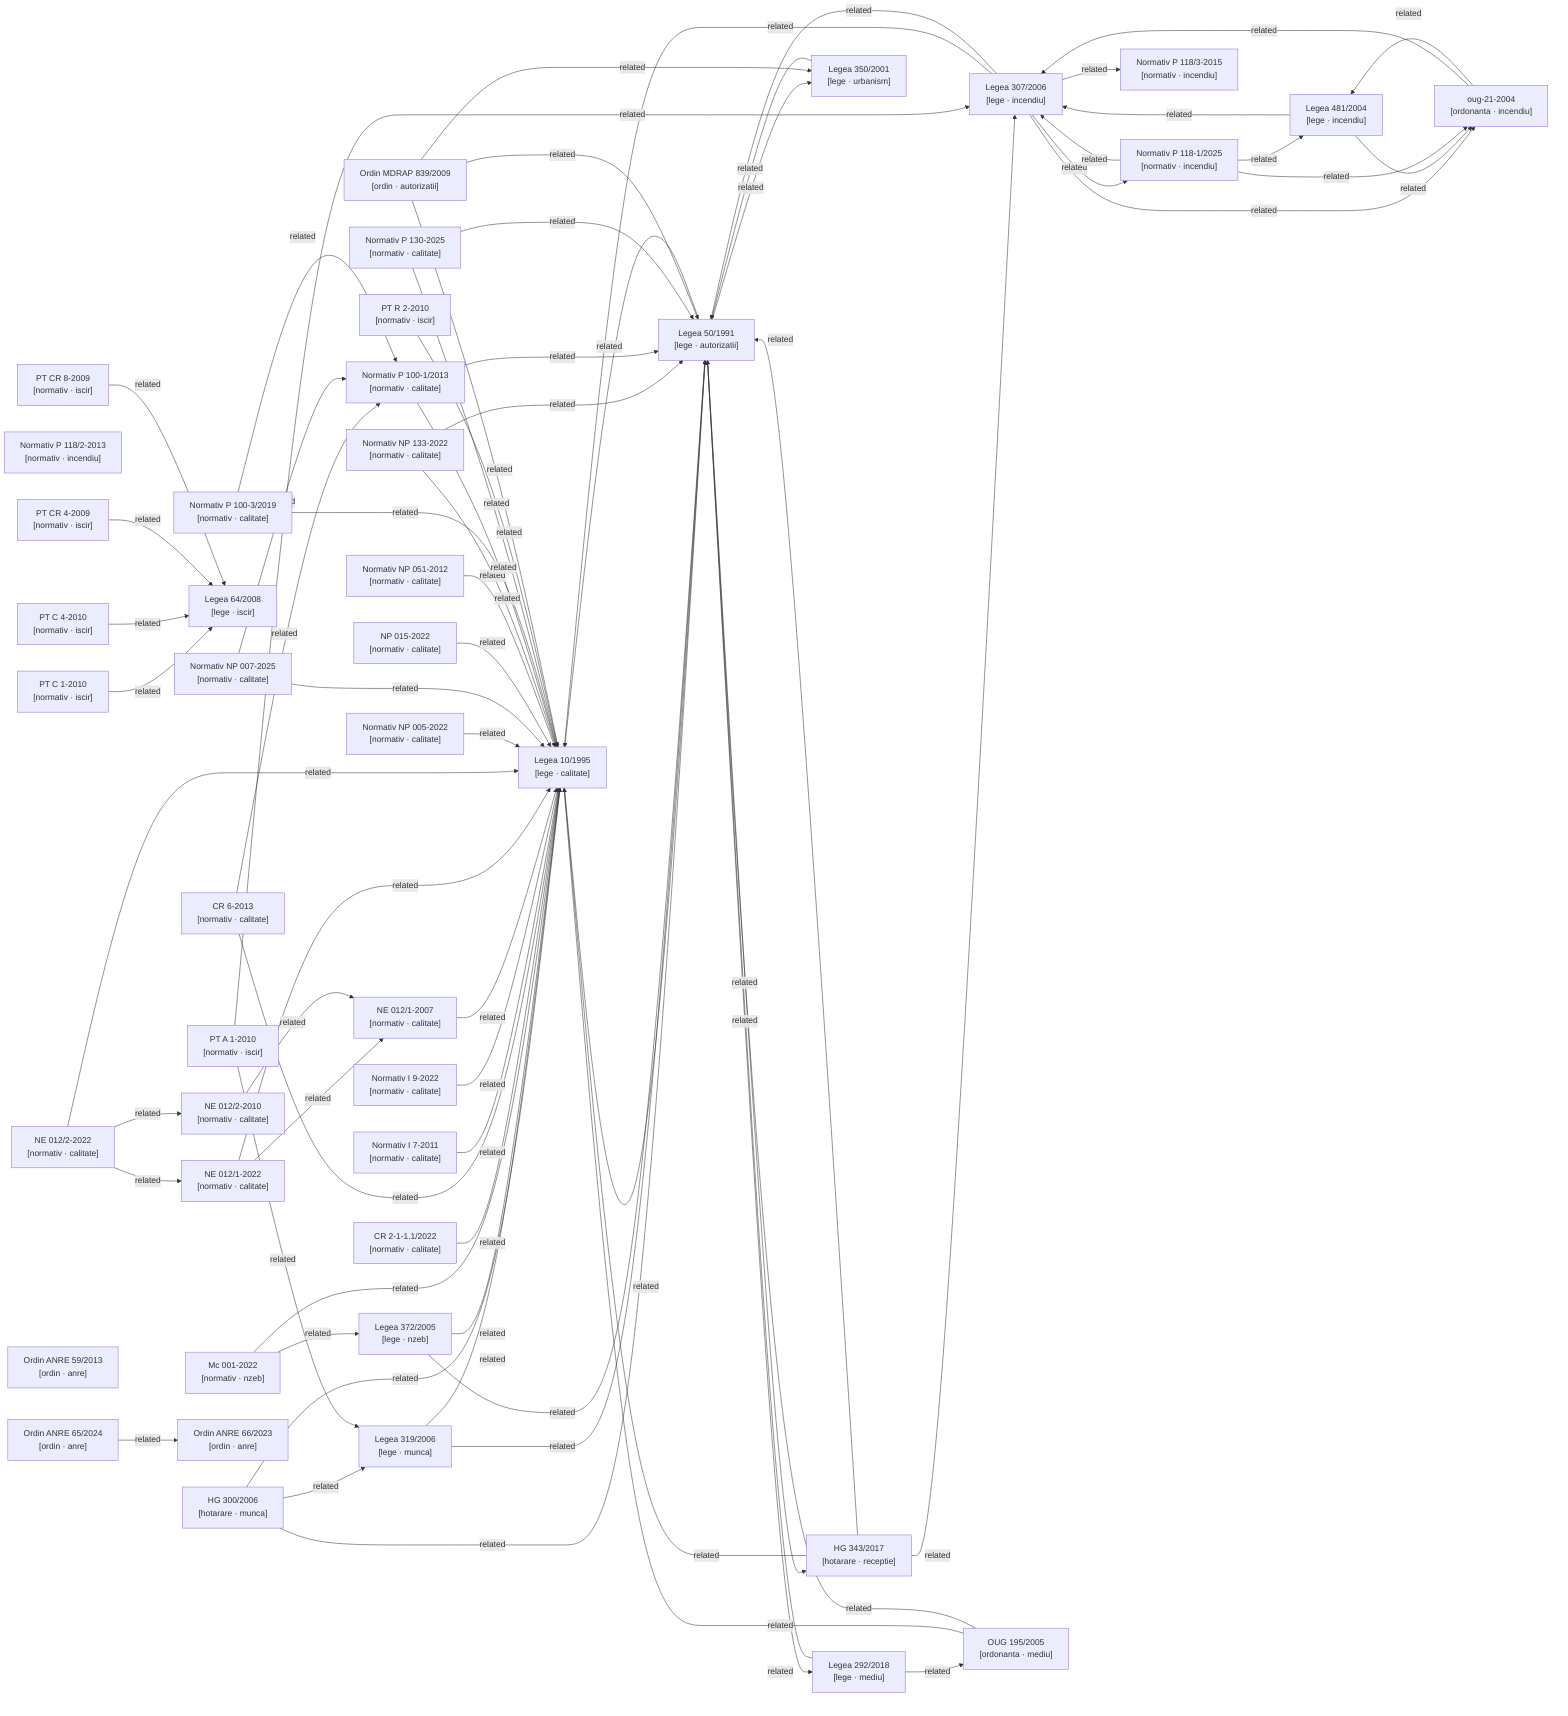
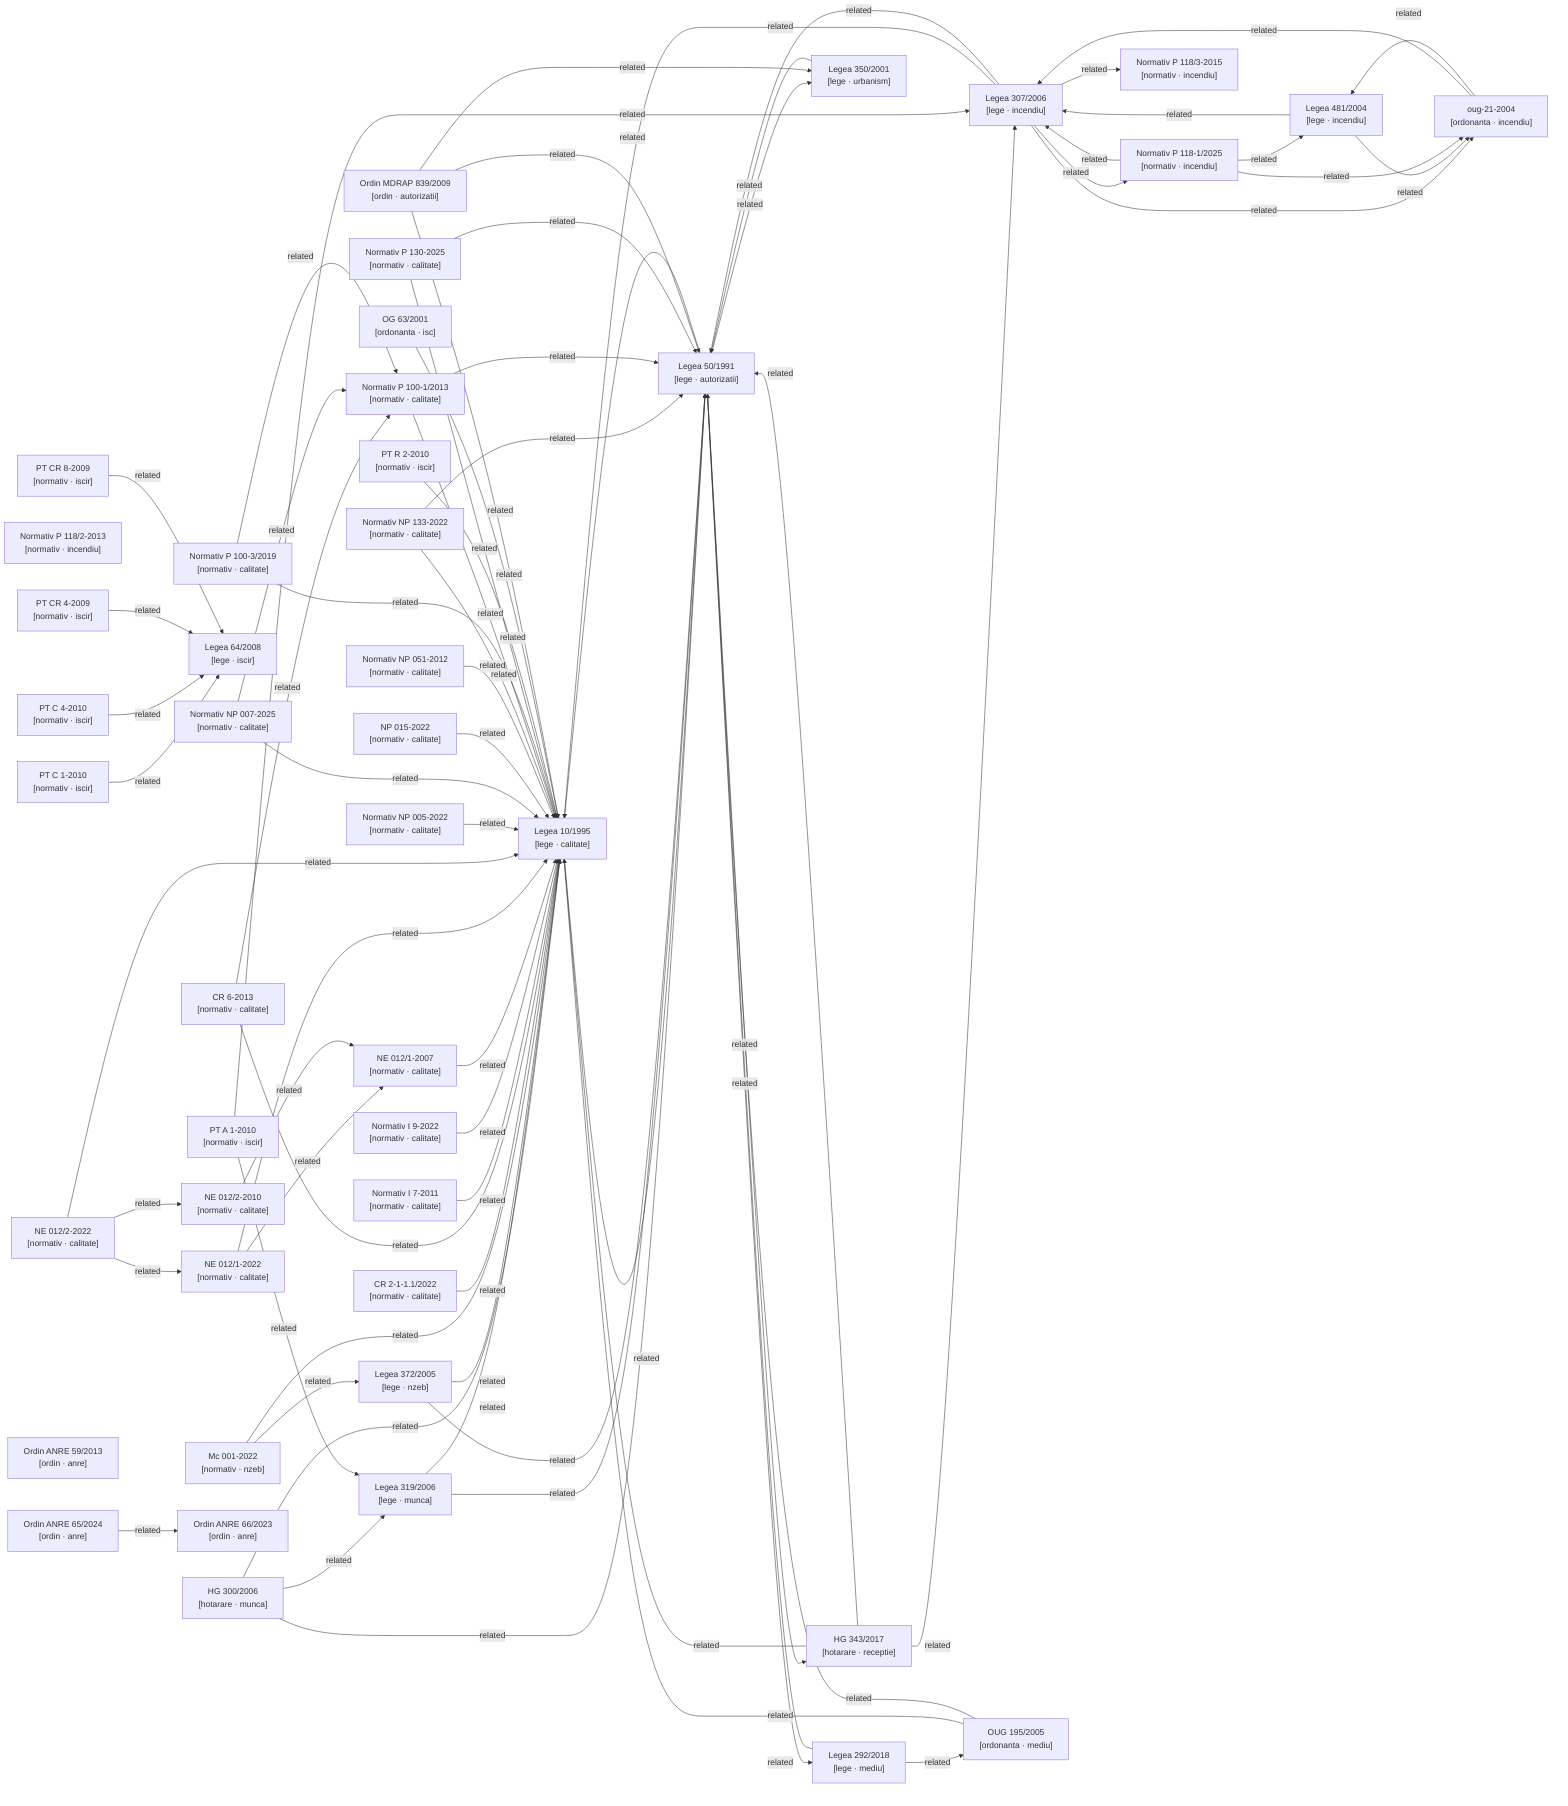
graph LR

  %% Nodes
  hg-300-2006["HG 300/2006\n[hotarare · munca]"]
  hg-343-2017["HG 343/2017\n[hotarare · receptie]"]
  lege-10-1995["Legea 10/1995\n[lege · calitate]"]
  lege-292-2018["Legea 292/2018\n[lege · mediu]"]
  lege-307-2006["Legea 307/2006\n[lege · incendiu]"]
  lege-319-2006["Legea 319/2006\n[lege · munca]"]
  lege-350-2001["Legea 350/2001\n[lege · urbanism]"]
  lege-372-2005["Legea 372/2005\n[lege · nzeb]"]
  lege-481-2004["Legea 481/2004\n[lege · incendiu]"]
  lege-50-1991["Legea 50/1991\n[lege · autorizatii]"]
  lege-64-2008["Legea 64/2008\n[lege · iscir]"]
  metodologie-mc001-2022["Mc 001-2022\n[normativ · nzeb]"]
  normativ-cr2-1-1-1-2022["CR 2-1-1.1/2022\n[normativ · calitate]"]
  normativ-cr6-2013["CR 6-2013\n[normativ · calitate]"]
  normativ-i7-2011["Normativ I 7-2011\n[normativ · calitate]"]
  normativ-i9-2022["Normativ I 9-2022\n[normativ · calitate]"]
  normativ-ne012-1-2007["NE 012/1-2007\n[normativ · calitate]"]
  normativ-ne012-1-2022["NE 012/1-2022\n[normativ · calitate]"]
  normativ-ne012-2-2010["NE 012/2-2010\n[normativ · calitate]"]
  normativ-ne012-2-2022["NE 012/2-2022\n[normativ · calitate]"]
  normativ-np005-2022["Normativ NP 005-2022\n[normativ · calitate]"]
  normativ-np007-2025["Normativ NP 007-2025\n[normativ · calitate]"]
  normativ-np015-2022["NP 015-2022\n[normativ · calitate]"]
  normativ-np051-2012["Normativ NP 051-2012\n[normativ · calitate]"]
  normativ-np133-2022["Normativ NP 133-2022\n[normativ · calitate]"]
  normativ-p100-1-2013["Normativ P 100-1/2013\n[normativ · calitate]"]
  normativ-p100-3-2019["Normativ P 100-3/2019\n[normativ · calitate]"]
  normativ-p118-1-2025["Normativ P 118-1/2025\n[normativ · incendiu]"]
  normativ-p118-2-2013["Normativ P 118/2-2013\n[normativ · incendiu]"]
  normativ-p118-3-2015["Normativ P 118/3-2015\n[normativ · incendiu]"]
  normativ-p130-2025["Normativ P 130-2025\n[normativ · calitate]"]
  normativ-pt-a1-2010["PT A 1-2010\n[normativ · iscir]"]
  normativ-pt-c1-2010["PT C 1-2010\n[normativ · iscir]"]
  normativ-pt-c4-2010["PT C 4-2010\n[normativ · iscir]"]
  normativ-pt-cr4-2009["PT CR 4-2009\n[normativ · iscir]"]
  normativ-pt-cr8-2009["PT CR 8-2009\n[normativ · iscir]"]
  normativ-pt-r2-2010["PT R 2-2010\n[normativ · iscir]"]
+   og-63-2001["OG 63/2001\n[ordonanta · isc]"]
  ordin-839-2009["Ordin MDRAP 839/2009\n[ordin · autorizatii]"]
  ordin-anre-59-2013["Ordin ANRE 59/2013\n[ordin · anre]"]
  ordin-anre-65-2024["Ordin ANRE 65/2024\n[ordin · anre]"]
  ordin-anre-66-2023["Ordin ANRE 66/2023\n[ordin · anre]"]
  oug-195-2005["OUG 195/2005\n[ordonanta · mediu]"]
  oug-21-2004["oug-21-2004\n[ordonanta · incendiu]"]

  %% Confirmed relationships (from metadata related_acts)
  hg-300-2006 -->|related| lege-10-1995
  hg-300-2006 -->|related| lege-319-2006
  hg-300-2006 -->|related| lege-50-1991
  hg-343-2017 -->|related| lege-10-1995
  hg-343-2017 -->|related| lege-307-2006
  hg-343-2017 -->|related| lege-50-1991
  lege-10-1995 -->|related| lege-50-1991
  lege-292-2018 -->|related| lege-50-1991
  lege-292-2018 -->|related| oug-195-2005
  lege-307-2006 -->|related| lege-10-1995
  lege-307-2006 -->|related| lege-50-1991
  lege-307-2006 -->|related| normativ-p118-1-2025
  lege-307-2006 -->|related| normativ-p118-3-2015
  lege-307-2006 -->|related| oug-21-2004
  lege-319-2006 -->|related| lege-10-1995
  lege-319-2006 -->|related| lege-50-1991
  lege-350-2001 -->|related| lege-50-1991
  lege-372-2005 -->|related| lege-10-1995
  lege-372-2005 -->|related| lege-50-1991
  lege-481-2004 -->|related| lege-307-2006
  lege-481-2004 -->|related| oug-21-2004
  lege-50-1991 -->|related| hg-343-2017
  lege-50-1991 -->|related| lege-10-1995
  lege-50-1991 -->|related| lege-292-2018
  lege-50-1991 -->|related| lege-350-2001
  metodologie-mc001-2022 -->|related| lege-10-1995
  metodologie-mc001-2022 -->|related| lege-372-2005
  normativ-cr2-1-1-1-2022 -->|related| lege-10-1995
  normativ-cr6-2013 -->|related| lege-10-1995
  normativ-cr6-2013 -->|related| normativ-p100-1-2013
  normativ-i7-2011 -->|related| lege-10-1995
  normativ-i9-2022 -->|related| lege-10-1995
  normativ-ne012-1-2007 -->|related| lege-10-1995
  normativ-ne012-1-2022 -->|related| lege-10-1995
  normativ-ne012-1-2022 -->|related| normativ-ne012-1-2007
  normativ-ne012-2-2010 -->|related| normativ-ne012-1-2007
  normativ-ne012-2-2022 -->|related| lege-10-1995
  normativ-ne012-2-2022 -->|related| normativ-ne012-1-2022
  normativ-ne012-2-2022 -->|related| normativ-ne012-2-2010
  normativ-np005-2022 -->|related| lege-10-1995
  normativ-np007-2025 -->|related| lege-10-1995
  normativ-np007-2025 -->|related| normativ-p100-1-2013
  normativ-np015-2022 -->|related| lege-10-1995
  normativ-np051-2012 -->|related| lege-10-1995
  normativ-np133-2022 -->|related| lege-10-1995
  normativ-np133-2022 -->|related| lege-50-1991
  normativ-p100-1-2013 -->|related| lege-10-1995
  normativ-p100-1-2013 -->|related| lege-50-1991
  normativ-p100-3-2019 -->|related| lege-10-1995
  normativ-p100-3-2019 -->|related| normativ-p100-1-2013
  normativ-p118-1-2025 -->|related| lege-307-2006
  normativ-p118-1-2025 -->|related| lege-481-2004
  normativ-p118-1-2025 -->|related| oug-21-2004
  normativ-p130-2025 -->|related| lege-10-1995
  normativ-p130-2025 -->|related| lege-50-1991
  normativ-pt-a1-2010 -->|related| lege-307-2006
  normativ-pt-a1-2010 -->|related| lege-319-2006
  normativ-pt-c1-2010 -->|related| lege-64-2008
  normativ-pt-c4-2010 -->|related| lege-64-2008
  normativ-pt-cr4-2009 -->|related| lege-64-2008
  normativ-pt-cr8-2009 -->|related| lege-64-2008
  normativ-pt-r2-2010 -->|related| lege-10-1995
+   og-63-2001 -->|related| lege-10-1995
  ordin-839-2009 -->|related| lege-10-1995
  ordin-839-2009 -->|related| lege-350-2001
  ordin-839-2009 -->|related| lege-50-1991
  ordin-anre-65-2024 -->|related| ordin-anre-66-2023
  oug-195-2005 -->|related| lege-10-1995
  oug-195-2005 -->|related| lege-50-1991
  oug-21-2004 -->|related| lege-307-2006
  oug-21-2004 -->|related| lege-481-2004

  %% Auto-detected relationships (needs_review)
